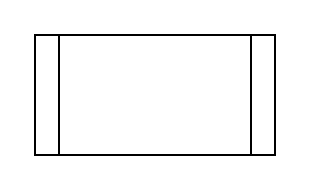
Earlier version of the draw.io diagram 未命名绘图.drawio (miki-hmt/blood-analysis). Source tidied: cells renumbered, new cells numbered last; positions are measured from the earlier drawing's top-left corner, leaving out a move shared by most shapes. Both pictures are drawn from the tidied source at 200%, with x=0, y=0 at pixel (34, 34).
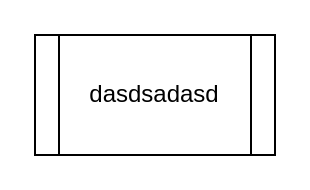
After the change.

Commit message (it also covers changes not shown here):
更新未命名绘图.drawio

Diff of the diagram source:
```diff
@@
 <mxGraphModel>
   <root>
     <mxCell id="0" />
     <mxCell id="1" parent="0" />
-    <mxCell id="2" style="shape=process;whiteSpace=wrap;html=1;backgroundOutline=1;" parent="1" vertex="1">
+    <mxCell id="2" value="dasdsadasd" style="shape=process;whiteSpace=wrap;html=1;backgroundOutline=1;" parent="1" vertex="1">
       <mxGeometry width="120" height="60" as="geometry" />
     </mxCell>
   </root>
 </mxGraphModel>
```
